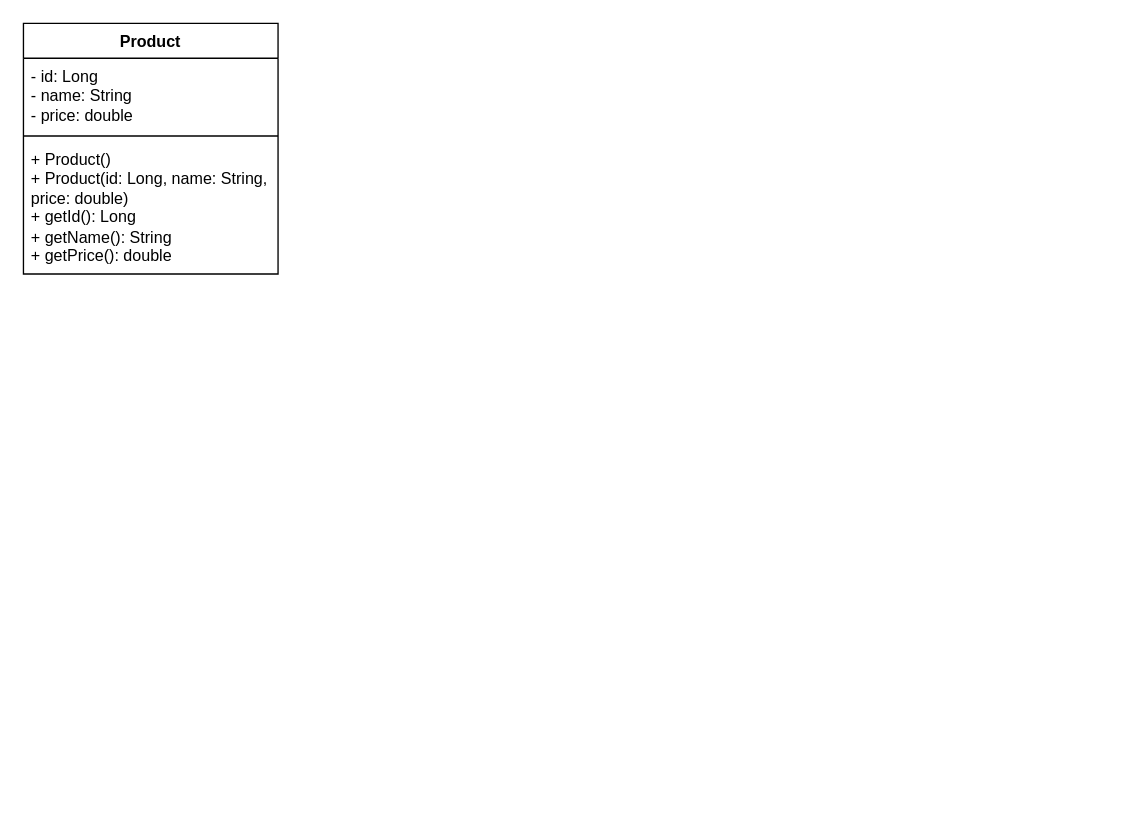
The draw.io diagram docs/uml/Product.drawio in omar23s/products-api, before the edit. Source tidied: cells renumbered, new cells numbered last; positions are measured from the earlier drawing's top-left corner, leaving out a move shared by most shapes. Both pictures are drawn from the tidied source at 134%, with x=0, y=0 at pixel (23, 23).
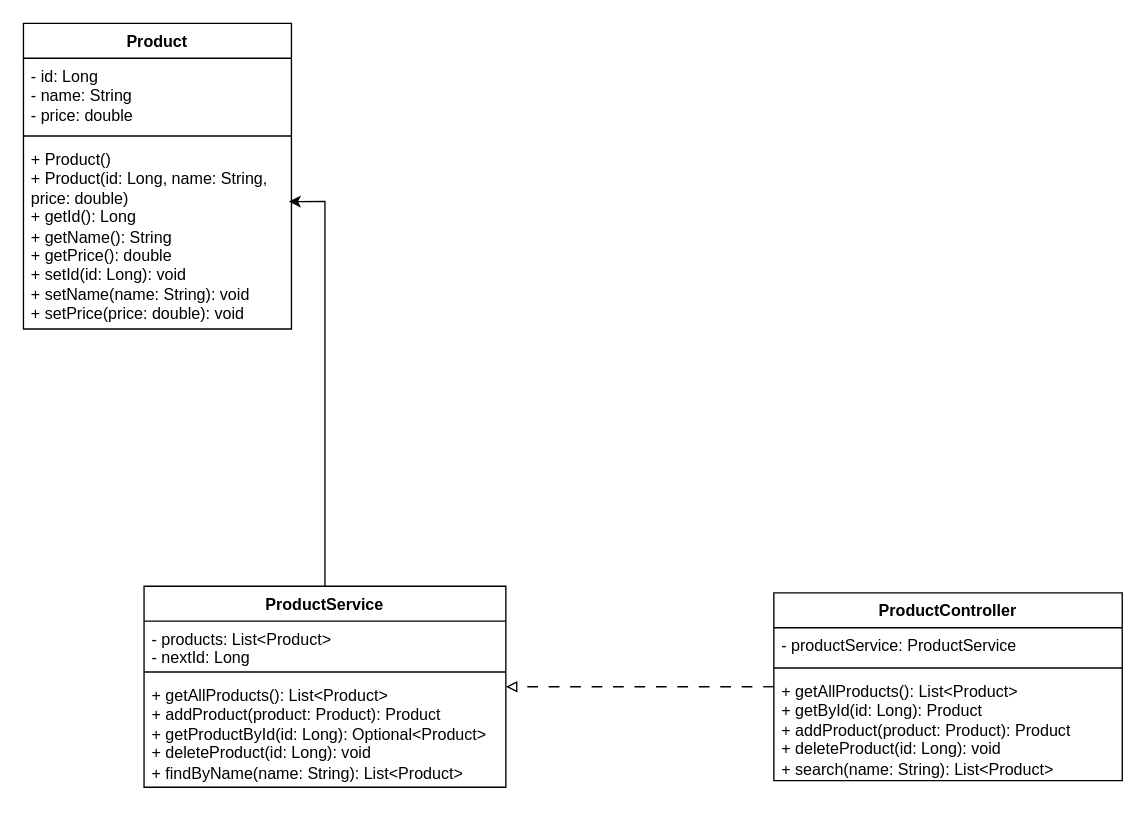
After the change.

Commit message (it also covers changes not shown here):
Tutorial 3 - Add delete, search and updated UML diagram

What changed in the source:
```diff
@@
 <mxGraphModel>
   <root>
     <mxCell id="0" />
     <mxCell id="1" parent="0" />
     <mxCell id="2" value="Product" style="swimlane;fontStyle=1;align=center;verticalAlign=top;horizontal=1;startSize=26;whiteSpace=wrap;html=1;" parent="1" vertex="1">
-      <mxGeometry width="190" height="187" as="geometry" />
+      <mxGeometry width="200" height="228" as="geometry" />
     </mxCell>
     <mxCell id="3" value="&lt;div&gt;&lt;span style=&quot;background-color: transparent; color: light-dark(rgb(0, 0, 0), rgb(255, 255, 255));&quot;&gt;- id: Long&lt;/span&gt;&lt;/div&gt;&lt;div&gt;- name: String&lt;/div&gt;&lt;div&gt;- price: double&lt;/div&gt;&lt;div&gt;&lt;br&gt;&lt;/div&gt;" style="text;strokeColor=none;fillColor=none;align=left;verticalAlign=top;spacingLeft=4;spacingRight=4;overflow=hidden;whiteSpace=wrap;html=1;" parent="2" vertex="1">
-      <mxGeometry y="26" width="190" height="54" as="geometry" />
+      <mxGeometry y="26" width="200" height="54" as="geometry" />
     </mxCell>
     <mxCell id="4" style="line;strokeWidth=1;fillColor=none;align=left;verticalAlign=middle;spacingTop=-1;spacingLeft=3;spacingRight=3;labelPosition=right;strokeColor=inherit;" parent="2" vertex="1">
-      <mxGeometry y="80" width="190" height="8" as="geometry" />
+      <mxGeometry y="80" width="200" height="8" as="geometry" />
     </mxCell>
-    <mxCell id="5" value="&lt;div&gt;&lt;span style=&quot;background-color: transparent; color: light-dark(rgb(0, 0, 0), rgb(255, 255, 255));&quot;&gt;+ Product()&lt;/span&gt;&lt;/div&gt;&lt;div&gt;+ Product(id: Long, name: String, price: double)&lt;/div&gt;&lt;div&gt;+ getId(): Long&lt;/div&gt;&lt;div&gt;+ getName(): String&lt;/div&gt;&lt;div&gt;+ getPrice(): double&lt;/div&gt;&lt;div&gt;&lt;br&gt;&lt;/div&gt;" style="text;strokeColor=none;fillColor=none;align=left;verticalAlign=top;spacingLeft=4;spacingRight=4;overflow=hidden;points=[[0,0.5],[1,0.5]];portConstraint=eastwest;whiteSpace=wrap;html=1;" parent="2" vertex="1">
-      <mxGeometry y="88" width="190" height="99" as="geometry" />
+    <mxCell id="5" value="&lt;div&gt;&lt;span style=&quot;background-color: transparent; color: light-dark(rgb(0, 0, 0), rgb(255, 255, 255));&quot;&gt;+ Product()&lt;/span&gt;&lt;/div&gt;&lt;div&gt;+ Product(id: Long, name: String, price: double)&lt;/div&gt;&lt;div&gt;+ getId(): Long&lt;/div&gt;&lt;div&gt;+ getName(): String&lt;/div&gt;&lt;div&gt;+ getPrice(): double&lt;/div&gt;&lt;div&gt;&lt;div&gt;+ setId(id: Long): void&lt;/div&gt;&lt;div&gt;+ setName(name: String): void&lt;/div&gt;&lt;div&gt;+ setPrice(price: double): void&lt;/div&gt;&lt;/div&gt;&lt;div&gt;&lt;br&gt;&lt;/div&gt;" style="text;strokeColor=none;fillColor=none;align=left;verticalAlign=top;spacingLeft=4;spacingRight=4;overflow=hidden;points=[[0,0.5],[1,0.5]];portConstraint=eastwest;whiteSpace=wrap;html=1;" parent="2" vertex="1">
+      <mxGeometry y="88" width="200" height="140" as="geometry" />
     </mxCell>
+    <mxCell id="6" value="ProductService" style="swimlane;fontStyle=1;align=center;verticalAlign=top;horizontal=1;startSize=26;whiteSpace=wrap;html=1;" parent="1" vertex="1">
+      <mxGeometry x="90" y="420" width="270" height="150" as="geometry" />
+    </mxCell>
+    <mxCell id="7" value="&lt;div&gt;- products: List&amp;lt;Product&amp;gt;&lt;/div&gt;&lt;div&gt;- nextId: Long&lt;/div&gt;" style="text;strokeColor=none;fillColor=none;align=left;verticalAlign=top;spacingLeft=4;spacingRight=4;overflow=hidden;whiteSpace=wrap;html=1;" parent="6" vertex="1">
+      <mxGeometry y="26" width="270" height="34" as="geometry" />
+    </mxCell>
+    <mxCell id="8" style="line;strokeWidth=1;fillColor=none;align=left;verticalAlign=middle;spacingTop=-1;spacingLeft=3;spacingRight=3;labelPosition=right;strokeColor=inherit;" parent="6" vertex="1">
+      <mxGeometry y="60" width="270" height="8" as="geometry" />
+    </mxCell>
+    <mxCell id="9" value="&lt;div&gt;+ getAllProducts(): List&amp;lt;Product&amp;gt;&lt;/div&gt;&lt;div&gt;+ addProduct(product: Product): Product&lt;/div&gt;&lt;div&gt;+ getProductById(id: Long): Optional&amp;lt;Product&amp;gt;&lt;/div&gt;&lt;div&gt;+ deleteProduct(id: Long): void&lt;/div&gt;&lt;div&gt;+ findByName(name: String): List&amp;lt;Product&amp;gt;&lt;/div&gt;" style="text;strokeColor=none;fillColor=none;align=left;verticalAlign=top;spacingLeft=4;spacingRight=4;overflow=hidden;whiteSpace=wrap;html=1;" parent="6" vertex="1">
+      <mxGeometry y="68" width="270" height="82" as="geometry" />
+    </mxCell>
+    <mxCell id="10" style="edgeStyle=orthogonalEdgeStyle;rounded=0;jettySize=auto;html=1;entryX=1;entryY=0.5;entryDx=0;entryDy=0;dashed=1;endArrow=block;endFill=0;dashPattern=8 8;" parent="1" edge="1" source="11" target="6">
+      <mxGeometry relative="1" as="geometry" />
+    </mxCell>
+    <mxCell id="11" value="ProductController" style="swimlane;fontStyle=1;align=center;verticalAlign=top;horizontal=1;startSize=26;whiteSpace=wrap;html=1;" parent="1" vertex="1">
+      <mxGeometry x="560" y="425" width="260" height="140" as="geometry" />
+    </mxCell>
+    <mxCell id="12" value="- productService: ProductService" style="text;strokeColor=none;fillColor=none;align=left;verticalAlign=top;spacingLeft=4;spacingRight=4;overflow=hidden;whiteSpace=wrap;html=1;" parent="11" vertex="1">
+      <mxGeometry y="26" width="260" height="26" as="geometry" />
+    </mxCell>
+    <mxCell id="13" style="line;strokeWidth=1;fillColor=none;align=left;verticalAlign=middle;spacingTop=-1;spacingLeft=3;spacingRight=3;labelPosition=right;strokeColor=inherit;" parent="11" vertex="1">
+      <mxGeometry y="52" width="260" height="8" as="geometry" />
+    </mxCell>
+    <mxCell id="14" value="&lt;div&gt;+ getAllProducts(): List&amp;lt;Product&amp;gt;&lt;/div&gt;&lt;div&gt;+ getById(id: Long): Product&lt;/div&gt;&lt;div&gt;+ addProduct(product: Product): Product&lt;/div&gt;&lt;div&gt;+ deleteProduct(id: Long): void&lt;/div&gt;&lt;div&gt;+ search(name: String): List&amp;lt;Product&amp;gt;&lt;/div&gt;" style="text;strokeColor=none;fillColor=none;align=left;verticalAlign=top;spacingLeft=4;spacingRight=4;overflow=hidden;whiteSpace=wrap;html=1;" parent="11" vertex="1">
+      <mxGeometry y="60" width="260" height="80" as="geometry" />
+    </mxCell>
+    <mxCell id="15" style="edgeStyle=orthogonalEdgeStyle;rounded=0;jettySize=auto;html=1;entryX=0.99;entryY=0.321;entryDx=0;entryDy=0;entryPerimeter=0;" parent="1" edge="1" source="6" target="5">
+      <mxGeometry relative="1" as="geometry" />
+    </mxCell>
   </root>
 </mxGraphModel>
```
